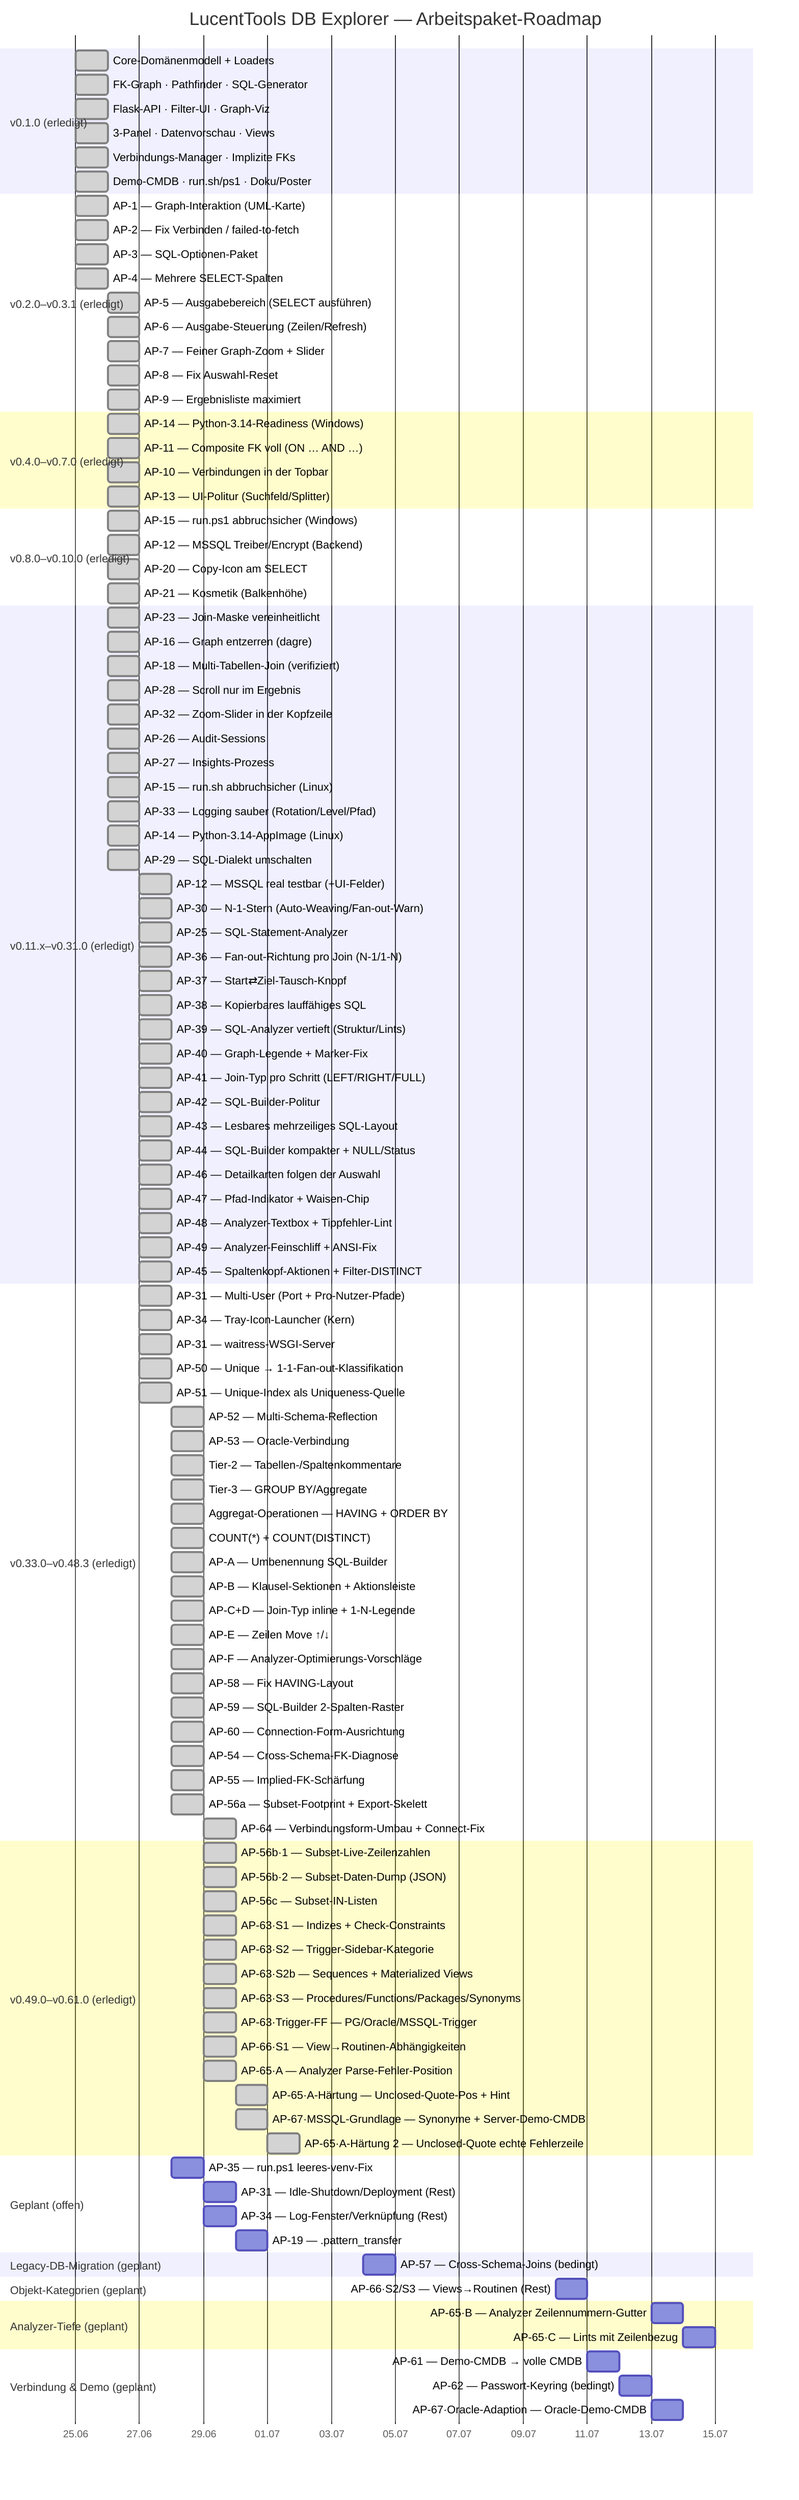
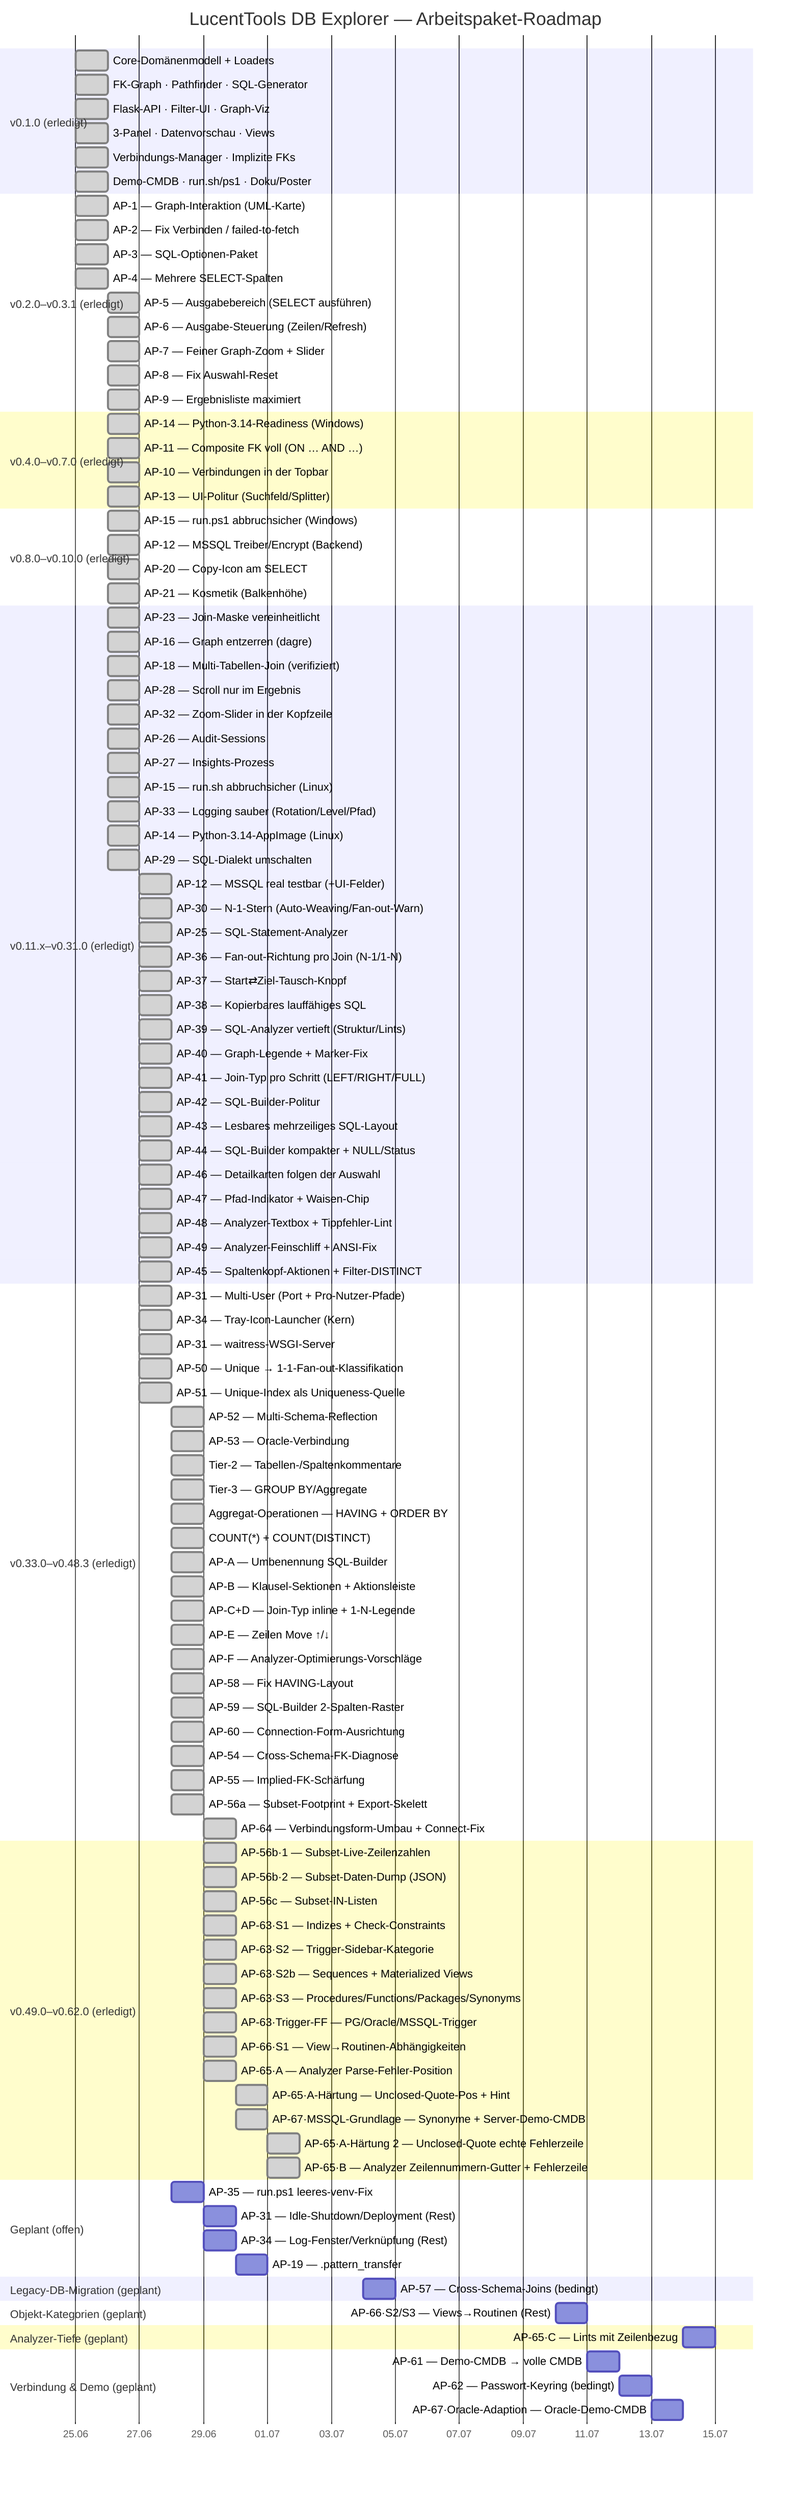
gantt
    title LucentTools DB Explorer — Arbeitspaket-Roadmap
    dateFormat  YYYY-MM-DD
    axisFormat  %d.%m

    section v0.1.0 (erledigt)
    Core-Domänenmodell + Loaders          :done, d1, 2026-06-25, 1d
    FK-Graph · Pathfinder · SQL-Generator :done, d2, 2026-06-25, 1d
    Flask-API · Filter-UI · Graph-Viz     :done, d3, 2026-06-25, 1d
    3-Panel · Datenvorschau · Views       :done, d4, 2026-06-25, 1d
    Verbindungs-Manager · Implizite FKs   :done, d5, 2026-06-25, 1d
    Demo-CMDB · run.sh/ps1 · Doku/Poster  :done, d6, 2026-06-25, 1d

    section v0.2.0–v0.3.1 (erledigt)
    AP-1 — Graph-Interaktion (UML-Karte)        :done, a1, 2026-06-25, 1d
    AP-2 — Fix Verbinden / failed-to-fetch      :done, a2, 2026-06-25, 1d
    AP-3 — SQL-Optionen-Paket                   :done, a3, 2026-06-25, 1d
    AP-4 — Mehrere SELECT-Spalten               :done, a4, 2026-06-25, 1d
    AP-5 — Ausgabebereich (SELECT ausführen)    :done, a5, 2026-06-26, 1d
    AP-6 — Ausgabe-Steuerung (Zeilen/Refresh)   :done, a6, 2026-06-26, 1d
    AP-7 — Feiner Graph-Zoom + Slider           :done, a7, 2026-06-26, 1d
    AP-8 — Fix Auswahl-Reset                    :done, a8, 2026-06-26, 1d
    AP-9 — Ergebnisliste maximiert              :done, a9, 2026-06-26, 1d

    section v0.4.0–v0.7.0 (erledigt)
    AP-14 — Python-3.14-Readiness (Windows)     :done, b1, 2026-06-26, 1d
    AP-11 — Composite FK voll (ON … AND …)      :done, b2, 2026-06-26, 1d
    AP-10 — Verbindungen in der Topbar          :done, b3, 2026-06-26, 1d
    AP-13 — UI-Politur (Suchfeld/Splitter)      :done, b4, 2026-06-26, 1d

    section v0.8.0–v0.10.0 (erledigt)
    AP-15 — run.ps1 abbruchsicher (Windows)     :done, c1, 2026-06-26, 1d
    AP-12 — MSSQL Treiber/Encrypt (Backend)     :done, c2, 2026-06-26, 1d
    AP-20 — Copy-Icon am SELECT                 :done, c3, 2026-06-26, 1d
    AP-21 — Kosmetik (Balkenhöhe)               :done, c4, 2026-06-26, 1d

    section v0.11.x–v0.31.0 (erledigt)
    AP-23 — Join-Maske vereinheitlicht          :done, e1, 2026-06-26, 1d
    AP-16 — Graph entzerren (dagre)             :done, e2, 2026-06-26, 1d
    AP-18 — Multi-Tabellen-Join (verifiziert)   :done, e3, 2026-06-26, 1d
    AP-28 — Scroll nur im Ergebnis              :done, e4, 2026-06-26, 1d
    AP-32 — Zoom-Slider in der Kopfzeile        :done, e5, 2026-06-26, 1d
    AP-26 — Audit-Sessions                      :done, e6, 2026-06-26, 1d
    AP-27 — Insights-Prozess                    :done, e7, 2026-06-26, 1d
    AP-15 — run.sh abbruchsicher (Linux)        :done, e8, 2026-06-26, 1d
    AP-33 — Logging sauber (Rotation/Level/Pfad) :done, e9, 2026-06-26, 1d
    AP-14 — Python-3.14-AppImage (Linux)         :done, e10, 2026-06-26, 1d
    AP-29 — SQL-Dialekt umschalten               :done, e11, 2026-06-26, 1d
    AP-12 — MSSQL real testbar (+UI-Felder)      :done, e12, 2026-06-27, 1d
    AP-30 — N-1-Stern (Auto-Weaving/Fan-out-Warn) :done, e13, 2026-06-27, 1d
    AP-25 — SQL-Statement-Analyzer               :done, e14, 2026-06-27, 1d
    AP-36 — Fan-out-Richtung pro Join (N-1/1-N)  :done, e15, 2026-06-27, 1d
    AP-37 — Start⇄Ziel-Tausch-Knopf              :done, e16, 2026-06-27, 1d
    AP-38 — Kopierbares lauffähiges SQL          :done, e17, 2026-06-27, 1d
    AP-39 — SQL-Analyzer vertieft (Struktur/Lints) :done, e18, 2026-06-27, 1d
    AP-40 — Graph-Legende + Marker-Fix           :done, e19, 2026-06-27, 1d
    AP-41 — Join-Typ pro Schritt (LEFT/RIGHT/FULL) :done, e20, 2026-06-27, 1d
    AP-42 — SQL-Builder-Politur                 :done, e21, 2026-06-27, 1d
    AP-43 — Lesbares mehrzeiliges SQL-Layout      :done, e22, 2026-06-27, 1d
    AP-44 — SQL-Builder kompakter + NULL/Status :done, e23, 2026-06-27, 1d
    AP-46 — Detailkarten folgen der Auswahl       :done, e24, 2026-06-27, 1d
    AP-47 — Pfad-Indikator + Waisen-Chip         :done, e25, 2026-06-27, 1d
    AP-48 — Analyzer-Textbox + Tippfehler-Lint   :done, e26, 2026-06-27, 1d
    AP-49 — Analyzer-Feinschliff + ANSI-Fix       :done, e27, 2026-06-27, 1d
    AP-45 — Spaltenkopf-Aktionen + Filter-DISTINCT :done, e28, 2026-06-27, 1d

    section v0.33.0–v0.48.3 (erledigt)
    AP-31 — Multi-User (Port + Pro-Nutzer-Pfade) :done, f1, 2026-06-27, 1d
    AP-34 — Tray-Icon-Launcher (Kern)            :done, f2, 2026-06-27, 1d
    AP-31 — waitress-WSGI-Server                 :done, f3, 2026-06-27, 1d
    AP-50 — Unique → 1-1-Fan-out-Klassifikation  :done, f4, 2026-06-27, 1d
    AP-51 — Unique-Index als Uniqueness-Quelle   :done, f5, 2026-06-27, 1d
    AP-52 — Multi-Schema-Reflection              :done, f6, 2026-06-28, 1d
    AP-53 — Oracle-Verbindung                    :done, f7, 2026-06-28, 1d
    Tier-2 — Tabellen-/Spaltenkommentare         :done, f8, 2026-06-28, 1d
    Tier-3 — GROUP BY/Aggregate                  :done, f9, 2026-06-28, 1d
    Aggregat-Operationen — HAVING + ORDER BY     :done, f10, 2026-06-28, 1d
    COUNT(*) + COUNT(DISTINCT)                   :done, f11, 2026-06-28, 1d
    AP-A — Umbenennung SQL-Builder               :done, f12, 2026-06-28, 1d
    AP-B — Klausel-Sektionen + Aktionsleiste     :done, f13, 2026-06-28, 1d
    AP-C+D — Join-Typ inline + 1-N-Legende       :done, f14, 2026-06-28, 1d
    AP-E — Zeilen Move ↑/↓                        :done, f15, 2026-06-28, 1d
    AP-F — Analyzer-Optimierungs-Vorschläge      :done, f16, 2026-06-28, 1d
    AP-58 — Fix HAVING-Layout                    :done, f17, 2026-06-28, 1d
    AP-59 — SQL-Builder 2-Spalten-Raster        :done, f18, 2026-06-28, 1d
    AP-60 — Connection-Form-Ausrichtung         :done, f19, 2026-06-28, 1d
    AP-54 — Cross-Schema-FK-Diagnose            :done, f20, 2026-06-28, 1d
    AP-55 — Implied-FK-Schärfung                :done, f21, 2026-06-28, 1d
    AP-56a — Subset-Footprint + Export-Skelett   :done, f22, 2026-06-28, 1d
    AP-64 — Verbindungsform-Umbau + Connect-Fix  :done, f23, 2026-06-29, 1d

-     section v0.49.0–v0.61.0 (erledigt)
+     section v0.49.0–v0.62.0 (erledigt)
    AP-56b·1 — Subset-Live-Zeilenzahlen         :done, f24, 2026-06-29, 1d
    AP-56b·2 — Subset-Daten-Dump (JSON)         :done, f25, 2026-06-29, 1d
    AP-56c — Subset-IN-Listen                   :done, f26, 2026-06-29, 1d
    AP-63·S1 — Indizes + Check-Constraints      :done, f27, 2026-06-29, 1d
    AP-63·S2 — Trigger-Sidebar-Kategorie        :done, f28, 2026-06-29, 1d
    AP-63·S2b — Sequences + Materialized Views  :done, f29, 2026-06-29, 1d
    AP-63·S3 — Procedures/Functions/Packages/Synonyms :done, f30, 2026-06-29, 1d
    AP-63·Trigger-FF — PG/Oracle/MSSQL-Trigger  :done, f31, 2026-06-29, 1d
    AP-66·S1 — View→Routinen-Abhängigkeiten     :done, f32, 2026-06-29, 1d
    AP-65·A — Analyzer Parse-Fehler-Position    :done, f33, 2026-06-29, 1d
    AP-65·A-Härtung — Unclosed-Quote-Pos + Hint :done, f34, 2026-06-30, 1d
    AP-67·MSSQL-Grundlage — Synonyme + Server-Demo-CMDB :done, f35, 2026-06-30, 1d
    AP-65·A-Härtung 2 — Unclosed-Quote echte Fehlerzeile :done, f36, 2026-07-01, 1d
+     AP-65·B — Analyzer Zeilennummern-Gutter + Fehlerzeile :done, f37, 2026-07-01, 1d

    section Geplant (offen)
    AP-35 — run.ps1 leeres-venv-Fix             :p3, 2026-06-28, 1d
    AP-31 — Idle-Shutdown/Deployment (Rest)     :p5, 2026-06-29, 1d
    AP-34 — Log-Fenster/Verknüpfung (Rest)      :p6, 2026-06-29, 1d
    AP-19 — .pattern_transfer                   :p11, 2026-06-30, 1d

    section Legacy-DB-Migration (geplant)
    AP-57 — Cross-Schema-Joins (bedingt)        :p23, 2026-07-04, 1d

    section Objekt-Kategorien (geplant)
    AP-66·S2/S3 — Views→Routinen (Rest)         :p33, 2026-07-10, 1d

    section Analyzer-Tiefe (geplant)
-     AP-65·B — Analyzer Zeilennummern-Gutter     :p35, 2026-07-13, 1d
    AP-65·C — Lints mit Zeilenbezug             :p36, 2026-07-14, 1d

    section Verbindung & Demo (geplant)
    AP-61 — Demo-CMDB → volle CMDB              :p41, 2026-07-11, 1d
    AP-62 — Passwort-Keyring (bedingt)          :p42, 2026-07-12, 1d
    AP-67·Oracle-Adaption — Oracle-Demo-CMDB    :p43, 2026-07-13, 1d
